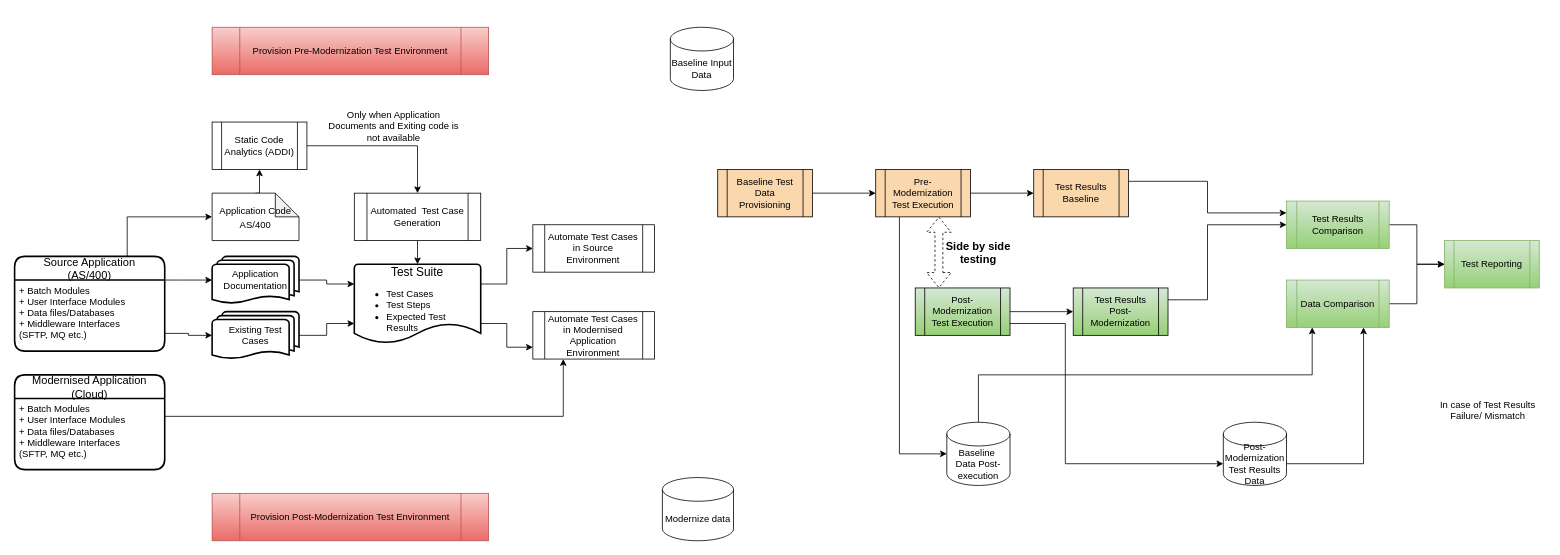
This is Untitled Diagram.drawio from ilanjaya/TestCOE, a draw.io file, before an edit. Source tidied: cells renumbered, new cells numbered last; positions are measured from the earlier drawing's top-left corner, leaving out a move shared by most shapes. Both pictures are drawn from the tidied source at 79%, with x=0, y=0 at pixel (14, 27).
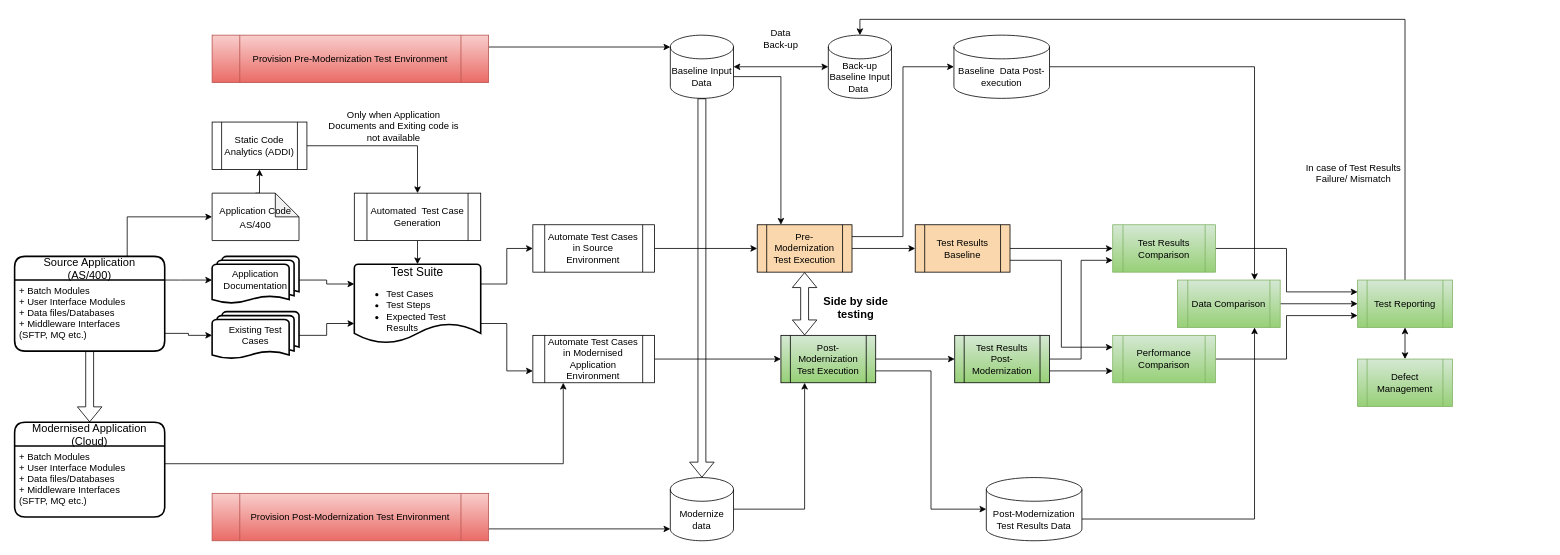
The same page after the edit.

The change refers to these unchanged cells:
```xml
<mxCell id="4" value="+ Batch Modules&#10;+ User Interface Modules&#10;+ Data files/Databases&#10;+ Middleware Interfaces &#10;(SFTP, MQ etc.)" style="align=left;strokeColor=none;fillColor=none;spacingLeft=4;fontSize=12;verticalAlign=top;" parent="3" vertex="1">
  <mxGeometry y="30" width="190" height="90" as="geometry" />
</mxCell>
<mxCell id="48" value="Provision Post-Modernization Test Environment" style="shape=process;whiteSpace=wrap;html=1;backgroundOutline=1;fillColor=#f8cecc;gradientColor=#ea6b66;strokeColor=#b85450;" parent="1" vertex="1">
  <mxGeometry x="250" y="590" width="350" height="60" as="geometry" />
</mxCell>
<mxCell id="50" value="Automate Test Cases in Source Environment" style="shape=process;whiteSpace=wrap;html=1;backgroundOutline=1;fontSize=12;" parent="1" vertex="1">
  <mxGeometry x="656" y="250" width="154" height="60" as="geometry" />
</mxCell>
```

Change to the diagram source:
```diff
@@
     <mxCell id="5" value="Modernised Application &#10;(Cloud)" style="swimlane;horizontal=1;startSize=30;rounded=1;fontSize=14;fontStyle=0;strokeWidth=2;shadow=0;dashed=0;align=center;" parent="1" vertex="1">
-      <mxGeometry y="440" width="190" height="120" as="geometry" />
+      <mxGeometry y="500" width="190" height="120" as="geometry" />
     </mxCell>
@@
-    <mxCell id="24" style="edgeStyle=orthogonalEdgeStyle;rounded=0;jettySize=auto;html=1;exitX=0.25;exitY=1;exitDx=0;exitDy=0;entryX=0;entryY=0.5;entryDx=0;entryDy=0;entryPerimeter=0;" parent="1" edge="1" source="25" target="42">
-      <mxGeometry relative="1" as="geometry" />
-    </mxCell>
-    <mxCell id="25" value="Pre-Modernization Test Execution" style="shape=process;whiteSpace=wrap;html=1;backgroundOutline=1;fillColor=#fad7ac;" parent="1" vertex="1">
-      <mxGeometry x="1090" y="180" width="120" height="60" as="geometry" />
-    </mxCell>
-    <mxCell id="26" style="edgeStyle=orthogonalEdgeStyle;rounded=0;jettySize=auto;html=1;exitX=1;exitY=0.25;exitDx=0;exitDy=0;entryX=0;entryY=0.25;entryDx=0;entryDy=0;" parent="1" edge="1" source="27" target="36">
+    <mxCell id="26" style="edgeStyle=orthogonalEdgeStyle;rounded=0;jettySize=auto;html=1;exitX=1;exitY=0.5;exitDx=0;exitDy=0;entryX=0;entryY=0.5;entryDx=0;entryDy=0;fontSize=12;startArrow=none;startFill=0;" parent="1" edge="1" source="27" target="36">
       <mxGeometry relative="1" as="geometry" />
     </mxCell>
+    <mxCell id="54" style="edgeStyle=orthogonalEdgeStyle;rounded=0;jettySize=auto;html=1;exitX=1;exitY=0.75;exitDx=0;exitDy=0;entryX=0;entryY=0.25;entryDx=0;entryDy=0;fontSize=12;startArrow=none;startFill=0;" parent="1" edge="1" source="27" target="68">
+      <mxGeometry relative="1" as="geometry" />
+    </mxCell>
     <mxCell id="27" value="Test Results Baseline" style="shape=process;whiteSpace=wrap;html=1;backgroundOutline=1;fillColor=#fad7ac;" parent="1" vertex="1">
-      <mxGeometry x="1290" y="180" width="120" height="60" as="geometry" />
+      <mxGeometry x="1140" y="250" width="120" height="60" as="geometry" />
     </mxCell>
-    <mxCell id="28" style="edgeStyle=orthogonalEdgeStyle;rounded=0;jettySize=auto;html=1;exitX=1;exitY=0.5;exitDx=0;exitDy=0;entryX=0;entryY=0.5;entryDx=0;entryDy=0;" parent="1" edge="1" source="29" target="25">
-      <mxGeometry relative="1" as="geometry" />
-    </mxCell>
-    <mxCell id="29" value="Baseline Test Data Provisioning" style="shape=process;whiteSpace=wrap;html=1;backgroundOutline=1;fillColor=#fad7ac;" parent="1" vertex="1">
-      <mxGeometry x="890" y="180" width="120" height="60" as="geometry" />
-    </mxCell>
@@
-    <mxCell id="31" style="edgeStyle=orthogonalEdgeStyle;rounded=0;jettySize=auto;html=1;exitX=1;exitY=0.75;exitDx=0;exitDy=0;entryX=0;entryY=0;entryDx=0;entryDy=52.5;entryPerimeter=0;" parent="1" edge="1" source="32" target="44">
-      <mxGeometry relative="1" as="geometry">
-        <Array as="points">
-          <mxPoint x="1330" y="375" />
-          <mxPoint x="1330" y="553" />
-        </Array>
-      </mxGeometry>
+    <mxCell id="31" style="edgeStyle=orthogonalEdgeStyle;rounded=0;jettySize=auto;html=1;exitX=1;exitY=0.75;exitDx=0;exitDy=0;entryX=0;entryY=0.5;entryDx=0;entryDy=0;entryPerimeter=0;fontSize=12;startArrow=none;startFill=0;" parent="1" edge="1" source="32" target="44">
+      <mxGeometry relative="1" as="geometry" />
     </mxCell>
     <mxCell id="32" value="Post-Modernization Test Execution" style="shape=process;whiteSpace=wrap;html=1;backgroundOutline=1;gradientColor=#97d077;fillColor=#d5e8d4;" parent="1" vertex="1">
-      <mxGeometry x="1140" y="330" width="120" height="60" as="geometry" />
+      <mxGeometry x="970" y="390" width="120" height="60" as="geometry" />
     </mxCell>
+    <mxCell id="55" style="edgeStyle=orthogonalEdgeStyle;rounded=0;jettySize=auto;html=1;exitX=1;exitY=0.75;exitDx=0;exitDy=0;entryX=0;entryY=0.75;entryDx=0;entryDy=0;fontSize=12;startArrow=none;startFill=0;" parent="1" edge="1" source="34" target="68">
+      <mxGeometry relative="1" as="geometry" />
+    </mxCell>
-    <mxCell id="33" style="edgeStyle=orthogonalEdgeStyle;rounded=0;jettySize=auto;html=1;exitX=1;exitY=0.25;exitDx=0;exitDy=0;entryX=0;entryY=0.5;entryDx=0;entryDy=0;" parent="1" edge="1" source="34" target="36">
-      <mxGeometry relative="1" as="geometry">
-        <Array as="points">
-          <mxPoint x="1510" y="345" />
-          <mxPoint x="1510" y="250" />
-        </Array>
-      </mxGeometry>
+    <mxCell id="33" style="edgeStyle=orthogonalEdgeStyle;rounded=0;jettySize=auto;html=1;exitX=1;exitY=0.5;exitDx=0;exitDy=0;entryX=0;entryY=0.75;entryDx=0;entryDy=0;fontSize=12;startArrow=none;startFill=0;" parent="1" edge="1" source="34" target="36">
+      <mxGeometry relative="1" as="geometry" />
     </mxCell>
     <mxCell id="34" value="Test Results Post-Modernization" style="shape=process;whiteSpace=wrap;html=1;backgroundOutline=1;gradientColor=#97d077;fillColor=#d5e8d4;" parent="1" vertex="1">
-      <mxGeometry x="1340" y="330" width="120" height="60" as="geometry" />
+      <mxGeometry x="1190" y="390" width="120" height="60" as="geometry" />
     </mxCell>
-    <mxCell id="35" style="edgeStyle=orthogonalEdgeStyle;rounded=0;jettySize=auto;html=1;exitX=1;exitY=0.5;exitDx=0;exitDy=0;" parent="1" edge="1" source="36" target="39">
+    <mxCell id="35" style="edgeStyle=orthogonalEdgeStyle;rounded=0;jettySize=auto;html=1;exitX=1;exitY=0.5;exitDx=0;exitDy=0;entryX=0;entryY=0.25;entryDx=0;entryDy=0;fontSize=12;startArrow=none;startFill=0;" parent="1" edge="1" source="36" target="39">
       <mxGeometry relative="1" as="geometry" />
     </mxCell>
     <mxCell id="36" value="Test Results Comparison" style="shape=process;whiteSpace=wrap;html=1;backgroundOutline=1;gradientColor=#97d077;fillColor=#d5e8d4;strokeColor=#82b366;" parent="1" vertex="1">
-      <mxGeometry x="1610" y="220" width="130" height="60" as="geometry" />
+      <mxGeometry x="1390" y="250" width="130" height="60" as="geometry" />
     </mxCell>
-    <mxCell id="37" style="edgeStyle=orthogonalEdgeStyle;rounded=0;jettySize=auto;html=1;exitX=1;exitY=0.5;exitDx=0;exitDy=0;entryX=0;entryY=0.5;entryDx=0;entryDy=0;" parent="1" edge="1" source="38" target="39">
+    <mxCell id="37" style="edgeStyle=orthogonalEdgeStyle;rounded=0;jettySize=auto;html=1;exitX=1;exitY=0.5;exitDx=0;exitDy=0;entryX=0;entryY=0.5;entryDx=0;entryDy=0;fontSize=12;startArrow=none;startFill=0;" parent="1" edge="1" source="38" target="39">
       <mxGeometry relative="1" as="geometry" />
     </mxCell>
     <mxCell id="38" value="Data Comparison" style="shape=process;whiteSpace=wrap;html=1;backgroundOutline=1;gradientColor=#97d077;fillColor=#d5e8d4;strokeColor=#82b366;" parent="1" vertex="1">
-      <mxGeometry x="1610" y="320" width="130" height="60" as="geometry" />
+      <mxGeometry x="1472" y="320" width="130" height="60" as="geometry" />
     </mxCell>
+    <mxCell id="56" style="edgeStyle=orthogonalEdgeStyle;rounded=0;jettySize=auto;html=1;exitX=0.5;exitY=1;exitDx=0;exitDy=0;entryX=0.5;entryY=0;entryDx=0;entryDy=0;fontSize=12;startArrow=classic;startFill=1;" parent="1" edge="1" source="39" target="70">
+      <mxGeometry relative="1" as="geometry" />
+    </mxCell>
+    <mxCell id="57" style="edgeStyle=orthogonalEdgeStyle;rounded=0;jettySize=auto;html=1;exitX=0.5;exitY=0;exitDx=0;exitDy=0;entryX=0.5;entryY=0;entryDx=0;entryDy=0;entryPerimeter=0;fontSize=12;startArrow=none;startFill=0;" parent="1" edge="1" source="39" target="65">
+      <mxGeometry relative="1" as="geometry" />
+    </mxCell>
     <mxCell id="39" value="Test Reporting" style="shape=process;whiteSpace=wrap;html=1;backgroundOutline=1;gradientColor=#97d077;fillColor=#d5e8d4;strokeColor=#82b366;" parent="1" vertex="1">
-      <mxGeometry x="1810" y="270" width="120" height="60" as="geometry" />
+      <mxGeometry x="1700" y="320" width="120" height="60" as="geometry" />
     </mxCell>
+    <mxCell id="58" style="edgeStyle=orthogonalEdgeStyle;rounded=0;jettySize=auto;html=1;exitX=1;exitY=0.5;exitDx=0;exitDy=0;exitPerimeter=0;entryX=0;entryY=0.5;entryDx=0;entryDy=0;entryPerimeter=0;fontSize=12;startArrow=classic;startFill=1;" parent="1" edge="1" source="40" target="65">
+      <mxGeometry relative="1" as="geometry" />
+    </mxCell>
+    <mxCell id="59" style="edgeStyle=orthogonalEdgeStyle;rounded=0;jettySize=auto;html=1;exitX=1;exitY=0;exitDx=0;exitDy=52.5;exitPerimeter=0;entryX=0.25;entryY=0;entryDx=0;entryDy=0;fontSize=12;startArrow=none;startFill=0;" parent="1" edge="1" source="40" target="25">
+      <mxGeometry relative="1" as="geometry" />
+    </mxCell>
     <mxCell id="40" value="Baseline Input Data" style="shape=cylinder3;whiteSpace=wrap;html=1;boundedLbl=1;backgroundOutline=1;size=15;" parent="1" vertex="1">
-      <mxGeometry x="830" width="80" height="80" as="geometry" />
+      <mxGeometry x="830" y="10" width="80" height="80" as="geometry" />
     </mxCell>
-    <mxCell id="41" style="edgeStyle=orthogonalEdgeStyle;rounded=0;jettySize=auto;html=1;exitX=0.5;exitY=0;exitDx=0;exitDy=0;exitPerimeter=0;entryX=0.25;entryY=1;entryDx=0;entryDy=0;" parent="1" edge="1" source="42" target="38">
+    <mxCell id="41" style="edgeStyle=orthogonalEdgeStyle;rounded=0;jettySize=auto;html=1;exitX=1;exitY=0.5;exitDx=0;exitDy=0;exitPerimeter=0;entryX=0.75;entryY=0;entryDx=0;entryDy=0;fontSize=12;startArrow=none;startFill=0;" parent="1" edge="1" source="42" target="38">
       <mxGeometry relative="1" as="geometry" />
     </mxCell>
     <mxCell id="42" value="Baseline&amp;nbsp; Data Post-execution" style="shape=cylinder3;whiteSpace=wrap;html=1;boundedLbl=1;backgroundOutline=1;size=15;" parent="1" vertex="1">
-      <mxGeometry x="1180" y="500" width="80" height="80" as="geometry" />
+      <mxGeometry x="1189" y="10" width="121" height="80" as="geometry" />
     </mxCell>
-    <mxCell id="43" style="edgeStyle=orthogonalEdgeStyle;rounded=0;jettySize=auto;html=1;exitX=1;exitY=0;exitDx=0;exitDy=52.5;exitPerimeter=0;entryX=0.75;entryY=1;entryDx=0;entryDy=0;" parent="1" edge="1" source="44" target="38">
+    <mxCell id="43" style="edgeStyle=orthogonalEdgeStyle;rounded=0;jettySize=auto;html=1;exitX=1;exitY=0;exitDx=0;exitDy=52.5;exitPerimeter=0;entryX=0.75;entryY=1;entryDx=0;entryDy=0;fontSize=12;startArrow=none;startFill=0;" parent="1" edge="1" source="44" target="38">
       <mxGeometry relative="1" as="geometry" />
     </mxCell>
     <mxCell id="44" value="Post-Modernization Test Results Data" style="shape=cylinder3;whiteSpace=wrap;html=1;boundedLbl=1;backgroundOutline=1;size=15;" parent="1" vertex="1">
-      <mxGeometry x="1530" y="500" width="80" height="80" as="geometry" />
+      <mxGeometry x="1230" y="570" width="121" height="80" as="geometry" />
     </mxCell>
-    <mxCell id="45" style="shape=flexArrow;endArrow=classic;startArrow=classic;html=1;rounded=0;dashed=1;edgeStyle=orthogonalEdgeStyle;" parent="1" edge="1">
-      <mxGeometry relative="1" as="geometry">
-        <mxPoint x="1170" y="330" as="sourcePoint" />
-        <mxPoint x="1170" y="240" as="targetPoint" />
-      </mxGeometry>
-    </mxCell>
     <mxCell id="46" value="&lt;font style=&quot;font-size: 14px&quot;&gt;&lt;b&gt;Side by side testing&lt;/b&gt;&lt;/font&gt;" style="text;html=1;strokeColor=none;fillColor=none;align=center;verticalAlign=middle;whiteSpace=wrap;rounded=0;" parent="1" vertex="1">
-      <mxGeometry x="1175" y="270" width="90" height="30" as="geometry" />
+      <mxGeometry x="1020" y="340" width="90" height="30" as="geometry" />
     </mxCell>
+    <mxCell id="60" style="edgeStyle=orthogonalEdgeStyle;rounded=0;jettySize=auto;html=1;exitX=1;exitY=0.25;exitDx=0;exitDy=0;entryX=0;entryY=0;entryDx=0;entryDy=15;entryPerimeter=0;fontSize=12;startArrow=none;startFill=0;" parent="1" edge="1" source="47" target="40">
+      <mxGeometry relative="1" as="geometry" />
+    </mxCell>
     <mxCell id="47" value="Provision Pre-Modernization Test Environment" style="shape=process;whiteSpace=wrap;html=1;backgroundOutline=1;fillColor=#f8cecc;gradientColor=#ea6b66;strokeColor=#b85450;" parent="1" vertex="1">
-      <mxGeometry x="250" width="350" height="60" as="geometry" />
+      <mxGeometry x="250" y="10" width="350" height="60" as="geometry" />
     </mxCell>
+    <mxCell id="61" style="edgeStyle=orthogonalEdgeStyle;rounded=0;jettySize=auto;html=1;exitX=1;exitY=0.75;exitDx=0;exitDy=0;entryX=0;entryY=1;entryDx=0;entryDy=-15;entryPerimeter=0;fontSize=12;startArrow=none;startFill=0;" parent="1" edge="1" source="48" target="53">
+      <mxGeometry relative="1" as="geometry" />
+    </mxCell>
@@
     <mxCell id="49" value="In case of Test Results Failure/ Mismatch" style="text;html=1;strokeColor=none;fillColor=none;align=center;verticalAlign=middle;whiteSpace=wrap;rounded=0;" parent="1" vertex="1">
-      <mxGeometry x="1790" y="470" width="150" height="30" as="geometry" />
+      <mxGeometry x="1620" y="170" width="150" height="30" as="geometry" />
     </mxCell>
+    <mxCell id="62" style="edgeStyle=orthogonalEdgeStyle;rounded=0;jettySize=auto;html=1;exitX=1;exitY=0.5;exitDx=0;exitDy=0;entryX=0;entryY=0.5;entryDx=0;entryDy=0;fontSize=12;startArrow=none;startFill=0;" parent="1" edge="1" source="50" target="25">
+      <mxGeometry relative="1" as="geometry" />
+    </mxCell>
@@
+    <mxCell id="63" style="edgeStyle=orthogonalEdgeStyle;rounded=0;jettySize=auto;html=1;exitX=1;exitY=0.5;exitDx=0;exitDy=0;entryX=0;entryY=0.5;entryDx=0;entryDy=0;fontSize=12;startArrow=none;startFill=0;" parent="1" edge="1" source="51" target="32">
+      <mxGeometry relative="1" as="geometry" />
+    </mxCell>
     <mxCell id="51" value="Automate Test Cases in Modernised&lt;br&gt;Application Environment" style="shape=process;whiteSpace=wrap;html=1;backgroundOutline=1;fontSize=12;" parent="1" vertex="1">
-      <mxGeometry x="656" y="360" width="154" height="60" as="geometry" />
+      <mxGeometry x="656" y="390" width="154" height="60" as="geometry" />
     </mxCell>
@@
+    <mxCell id="64" style="edgeStyle=orthogonalEdgeStyle;rounded=0;jettySize=auto;html=1;exitX=1;exitY=0.5;exitDx=0;exitDy=0;exitPerimeter=0;entryX=0.25;entryY=1;entryDx=0;entryDy=0;fontSize=12;startArrow=none;startFill=0;" parent="1" edge="1" source="53" target="32">
+      <mxGeometry relative="1" as="geometry" />
+    </mxCell>
     <mxCell id="53" value="Modernize data" style="shape=cylinder3;whiteSpace=wrap;html=1;boundedLbl=1;backgroundOutline=1;size=15;" parent="1" vertex="1">
-      <mxGeometry x="820" y="570" width="90" height="80" as="geometry" />
+      <mxGeometry x="830" y="570" width="80" height="80" as="geometry" />
     </mxCell>
+    <mxCell id="65" value="Back-up Baseline Input Data&amp;nbsp;" style="shape=cylinder3;whiteSpace=wrap;html=1;boundedLbl=1;backgroundOutline=1;size=15;" parent="1" vertex="1">
+      <mxGeometry x="1030" y="10" width="80" height="80" as="geometry" />
+    </mxCell>
+    <mxCell id="66" value="Data Back-up" style="text;html=1;strokeColor=none;fillColor=none;align=center;verticalAlign=middle;whiteSpace=wrap;rounded=0;fontSize=12;" parent="1" vertex="1">
+      <mxGeometry x="940" width="60" height="30" as="geometry" />
+    </mxCell>
+    <mxCell id="67" style="edgeStyle=orthogonalEdgeStyle;rounded=0;jettySize=auto;html=1;exitX=1;exitY=0.5;exitDx=0;exitDy=0;entryX=0;entryY=0.75;entryDx=0;entryDy=0;fontSize=12;startArrow=none;startFill=0;" parent="1" edge="1" source="68" target="39">
+      <mxGeometry relative="1" as="geometry" />
+    </mxCell>
+    <mxCell id="68" value="Performance Comparison" style="shape=process;whiteSpace=wrap;html=1;backgroundOutline=1;gradientColor=#97d077;fillColor=#d5e8d4;strokeColor=#82b366;" parent="1" vertex="1">
+      <mxGeometry x="1390" y="390" width="130" height="60" as="geometry" />
+    </mxCell>
+    <mxCell id="24" style="edgeStyle=orthogonalEdgeStyle;rounded=0;jettySize=auto;html=1;exitX=1;exitY=0.25;exitDx=0;exitDy=0;entryX=0;entryY=0.5;entryDx=0;entryDy=0;entryPerimeter=0;fontSize=12;startArrow=none;startFill=0;" parent="1" edge="1" source="25" target="42">
+      <mxGeometry relative="1" as="geometry" />
+    </mxCell>
+    <mxCell id="25" value="Pre-Modernization Test Execution" style="shape=process;whiteSpace=wrap;html=1;backgroundOutline=1;fillColor=#fad7ac;" parent="1" vertex="1">
+      <mxGeometry x="940" y="250" width="120" height="60" as="geometry" />
+    </mxCell>
+    <mxCell id="69" style="shape=flexArrow;endArrow=classic;startArrow=classic;html=1;rounded=0;fontSize=12;entryX=0.5;entryY=1;entryDx=0;entryDy=0;exitX=0.25;exitY=0;exitDx=0;exitDy=0;" parent="1" edge="1" source="32" target="25">
+      <mxGeometry relative="1" as="geometry" />
+    </mxCell>
+    <mxCell id="70" value="Defect Management" style="shape=process;whiteSpace=wrap;html=1;backgroundOutline=1;gradientColor=#97d077;fillColor=#d5e8d4;strokeColor=#82b366;" parent="1" vertex="1">
+      <mxGeometry x="1700" y="420" width="120" height="60" as="geometry" />
+    </mxCell>
+    <mxCell id="71" style="shape=flexArrow;endArrow=classic;html=1;rounded=0;fontSize=12;exitX=0.5;exitY=1;exitDx=0;exitDy=0;entryX=0.5;entryY=0;entryDx=0;entryDy=0;" parent="1" edge="1" source="4" target="5">
+      <mxGeometry relative="1" as="geometry" />
+    </mxCell>
+    <mxCell id="72" style="shape=flexArrow;endArrow=classic;html=1;rounded=0;fontSize=12;entryX=0.5;entryY=0;entryDx=0;entryDy=0;entryPerimeter=0;exitX=0.5;exitY=1;exitDx=0;exitDy=0;exitPerimeter=0;" parent="1" edge="1" source="40" target="53">
+      <mxGeometry relative="1" as="geometry" />
+    </mxCell>
```
